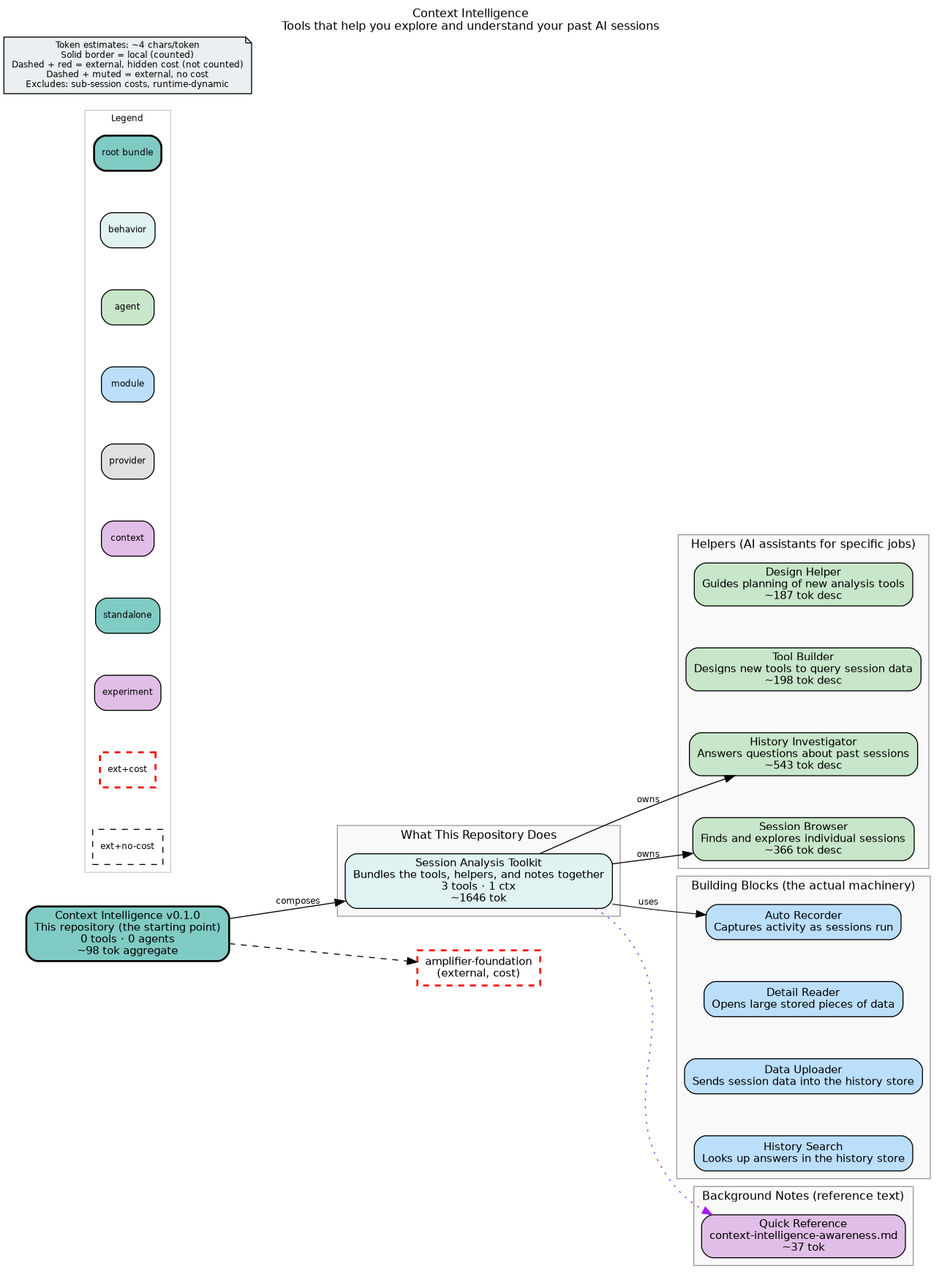
Above: bundle.png in microsoft/amplifier-bundle-context-intelligence (Graphviz), before the change. Its source is kept beside it as bundle.dot.
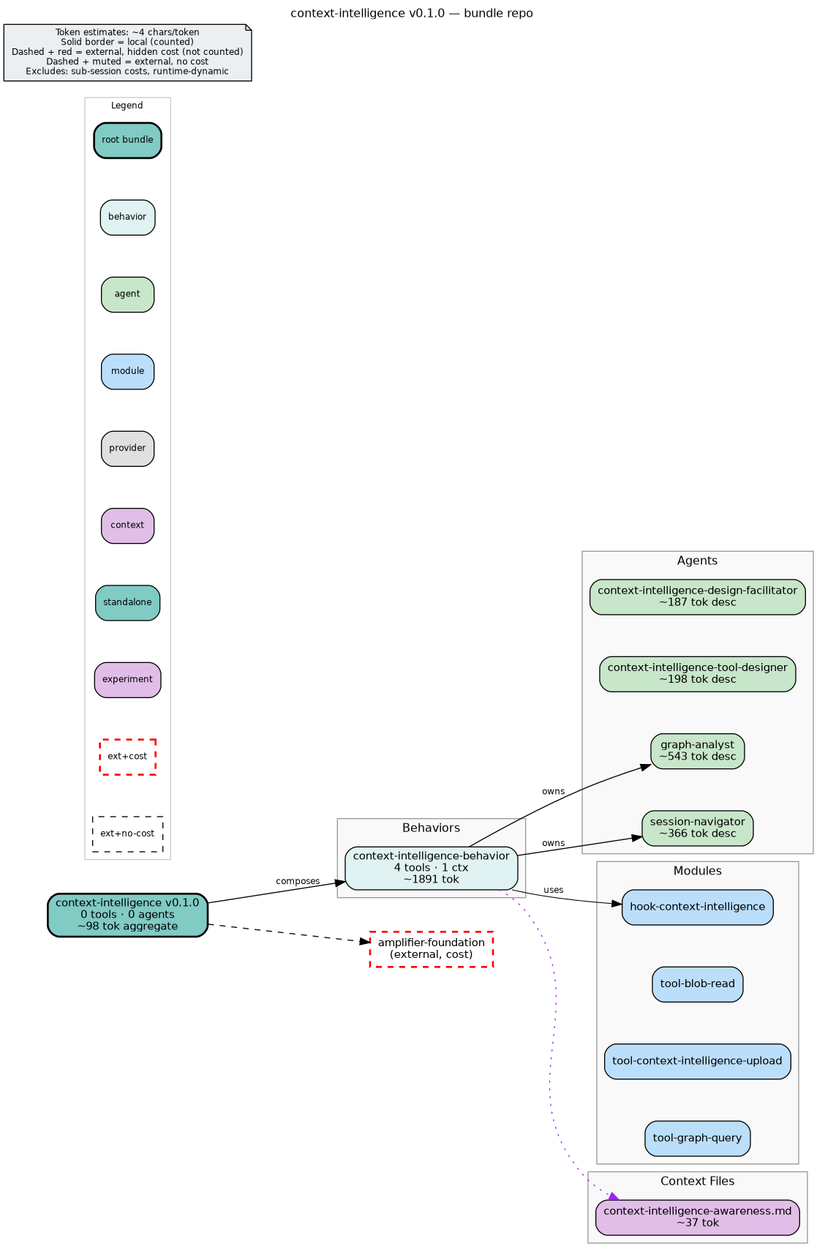
Later version of the same file.

Commit message:
fix: register context-intelligence mode via modes infrastructure

Change to the diagram source:
```diff
@@ -2,59 +2,59 @@
     rankdir=LR
     fontname="Helvetica"
     fontsize=12
-    label="Context Intelligence\nTools that help you explore and understand your past AI sessions"
+    label="context-intelligence v0.1.0 — bundle repo"
     labelloc=t
     labeljust=c
     nodesep=0.6
     ranksep=0.7
     bgcolor="white"
-    source_hash="bf6a2e798b67aff8106a285f44fea27f2d3d68913787e4d477005c79e2b68b7c"
+    source_hash="d2382bd324975ed606231a7e1d2e89aac583d6819b6935ed98e38ff5f2d1acce"
 
     node [fontname="Helvetica", fontsize=11, style="filled,rounded"]
     edge [fontname="Helvetica", fontsize=9]
 
-    root_context_intelligence [label="Context Intelligence v0.1.0\nThis repository (the starting point)\n0 tools · 0 agents\n~98 tok aggregate", shape=box, fillcolor="#80cbc4", style="filled,rounded,bold", penwidth=2]
+    root_context_intelligence [label="context-intelligence v0.1.0\n0 tools · 0 agents\n~98 tok aggregate", shape=box, fillcolor="#80cbc4", style="filled,rounded,bold", penwidth=2]
 
     subgraph cluster_behaviors {
-        label="What This Repository Does"
+        label="Behaviors"
         style="filled"
         fillcolor="#f9f9f9"
         color="#999999"
 
-        beh_context_intelligence_behavior [label="Session Analysis Toolkit\nBundles the tools, helpers, and notes together\n3 tools · 1 ctx\n~1646 tok", shape=box, fillcolor="#e0f2f1", style="filled,rounded"]
+        beh_context_intelligence_behavior [label="context-intelligence-behavior\n4 tools · 1 ctx\n~1891 tok", shape=box, fillcolor="#e0f2f1", style="filled,rounded"]
     }
 
     subgraph cluster_agents {
-        label="Helpers (AI assistants for specific jobs)"
+        label="Agents"
         style="filled"
         fillcolor="#f9f9f9"
         color="#999999"
 
-        agt_context_intelligence_design_facilitator [label="Design Helper\nGuides planning of new analysis tools\n~187 tok desc", shape=box, fillcolor="#c8e6c9", style="filled,rounded"]
-        agt_context_intelligence_tool_designer [label="Tool Builder\nDesigns new tools to query session data\n~198 tok desc", shape=box, fillcolor="#c8e6c9", style="filled,rounded"]
-        agt_graph_analyst [label="History Investigator\nAnswers questions about past sessions\n~543 tok desc", shape=box, fillcolor="#c8e6c9", style="filled,rounded"]
-        agt_session_navigator [label="Session Browser\nFinds and explores individual sessions\n~366 tok desc", shape=box, fillcolor="#c8e6c9", style="filled,rounded"]
+        agt_context_intelligence_design_facilitator [label="context-intelligence-design-facilitator\n~187 tok desc", shape=box, fillcolor="#c8e6c9", style="filled,rounded"]
+        agt_context_intelligence_tool_designer [label="context-intelligence-tool-designer\n~198 tok desc", shape=box, fillcolor="#c8e6c9", style="filled,rounded"]
+        agt_graph_analyst [label="graph-analyst\n~543 tok desc", shape=box, fillcolor="#c8e6c9", style="filled,rounded"]
+        agt_session_navigator [label="session-navigator\n~366 tok desc", shape=box, fillcolor="#c8e6c9", style="filled,rounded"]
     }
 
     subgraph cluster_modules {
-        label="Building Blocks (the actual machinery)"
+        label="Modules"
         style="filled"
         fillcolor="#f9f9f9"
         color="#999999"
 
-        mod_hook_context_intelligence [label="Auto Recorder\nCaptures activity as sessions run", shape=box, fillcolor="#bbdefb", style="filled,rounded"]
-        mod_tool_blob_read [label="Detail Reader\nOpens large stored pieces of data", shape=box, fillcolor="#bbdefb", style="filled,rounded"]
-        mod_tool_context_intelligence_upload [label="Data Uploader\nSends session data into the history store", shape=box, fillcolor="#bbdefb", style="filled,rounded"]
-        mod_tool_graph_query [label="History Search\nLooks up answers in the history store", shape=box, fillcolor="#bbdefb", style="filled,rounded"]
+        mod_hook_context_intelligence [label="hook-context-intelligence", shape=box, fillcolor="#bbdefb", style="filled,rounded"]
+        mod_tool_blob_read [label="tool-blob-read", shape=box, fillcolor="#bbdefb", style="filled,rounded"]
+        mod_tool_context_intelligence_upload [label="tool-context-intelligence-upload", shape=box, fillcolor="#bbdefb", style="filled,rounded"]
+        mod_tool_graph_query [label="tool-graph-query", shape=box, fillcolor="#bbdefb", style="filled,rounded"]
     }
 
     subgraph cluster_context {
-        label="Background Notes (reference text)"
+        label="Context Files"
         style="filled"
         fillcolor="#f9f9f9"
         color="#999999"
 
-        ctx_context_intelligence_awareness_md [label="Quick Reference\ncontext-intelligence-awareness.md\n~37 tok", shape=box, fillcolor="#e1bee7", style="filled,rounded"]
+        ctx_context_intelligence_awareness_md [label="context-intelligence-awareness.md\n~37 tok", shape=box, fillcolor="#e1bee7", style="filled,rounded"]
     }
 
     subgraph cluster_legend {
```
